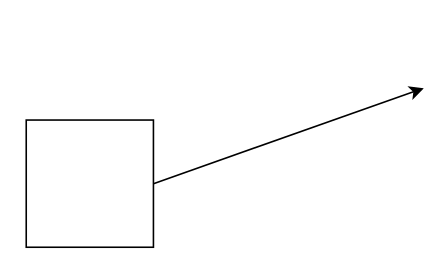
Earlier version of the draw.io diagram img/Untitled Diagram.drawio (JustinMa972/ImageHosting). Source tidied: cells renumbered, new cells numbered last; positions are measured from the earlier drawing's top-left corner, leaving out a move shared by most shapes. Both pictures are drawn from the tidied source at 159%, with x=0, y=0 at pixel (25, 87).
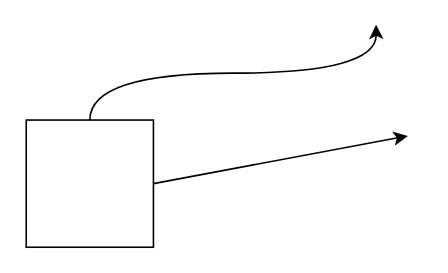
After the change.

The edit, as a diff of the source:
```diff
@@
 <mxGraphModel>
   <root>
     <mxCell id="0" />
     <mxCell id="1" parent="0" />
     <mxCell id="2" style="rounded=0;jettySize=auto;html=1;exitX=1;exitY=0.5;exitDx=0;exitDy=0;" parent="1" edge="1" source="3">
       <mxGeometry relative="1" as="geometry">
-        <mxPoint x="250" as="targetPoint" />
+        <mxPoint x="240" y="30" as="targetPoint" />
       </mxGeometry>
     </mxCell>
+    <mxCell id="4" style="edgeStyle=orthogonalEdgeStyle;rounded=0;jettySize=auto;html=1;exitX=0.5;exitY=0;exitDx=0;exitDy=0;curved=1;" parent="1" edge="1" source="3">
+      <mxGeometry relative="1" as="geometry">
+        <mxPoint x="220" y="-40" as="targetPoint" />
+      </mxGeometry>
+    </mxCell>
     <mxCell id="3" style="whiteSpace=wrap;html=1;" parent="1" vertex="1">
       <mxGeometry y="20" width="80" height="80" as="geometry" />
     </mxCell>
   </root>
 </mxGraphModel>
```
